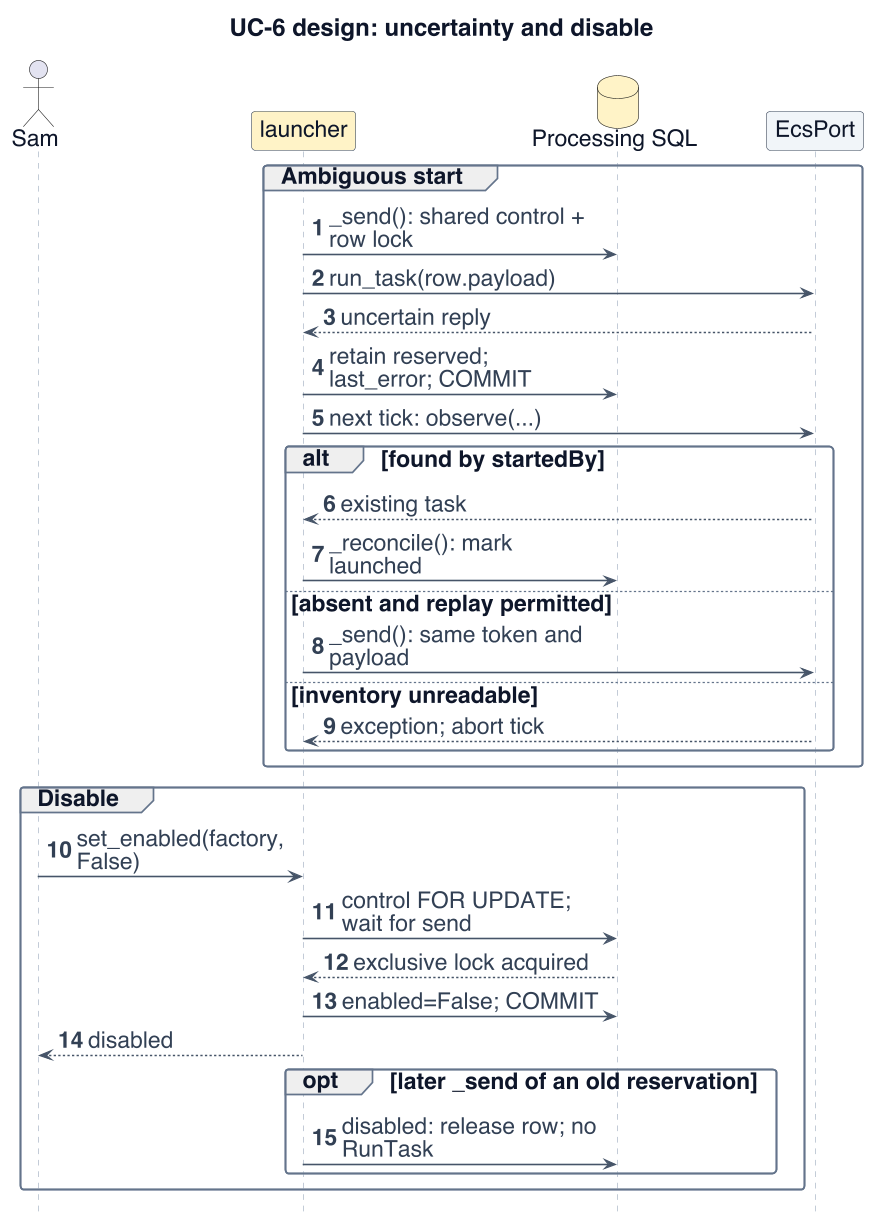
This is project-documentation/final-report/figures/uc6-design-recovery.png from Collaboration95/dc2, a PlantUML export, as it was before one commit. Its diagram source:
```plantuml
@startuml
!include _style.iuml
skinparam defaultFontSize 20
skinparam ArrowFontSize 20
skinparam classAttributeFontSize 18
skinparam ClassStereotypeFontSize 17
skinparam NoteFontSize 18
skinparam titleFontSize 21
skinparam BoxPadding 8
skinparam maxMessageSize 230
skinparam nodesep 22
skinparam ranksep 22
skinparam sequenceMessageAlign left
hide footbox
hide circle
title UC-6 design: uncertainty and disable
autonumber
actor Sam
participant "launcher" as l $PROC
database "Processing SQL" as sql $PROC
participant "EcsPort" as ecs $INFRA
group Ambiguous start
 l -> sql : _send(): shared control + row lock
 l -> ecs : run_task(row.payload)
 ecs --> l : uncertain reply
 l -> sql : retain reserved; last_error; COMMIT
 l -> ecs : next tick: observe(...)
 alt found by startedBy
  ecs --> l : existing task
  l -> sql : _reconcile(): mark launched
 else absent and replay permitted
  l -> ecs : _send(): same token and payload
 else inventory unreadable
  ecs --> l : exception; abort tick
 end
end
group Disable
 Sam -> l : set_enabled(factory, False)
 l -> sql : control FOR UPDATE; wait for send
 sql --> l : exclusive lock acquired
 l -> sql : enabled=False; COMMIT
 l --> Sam : disabled
 opt later _send of an old reservation
  l -> sql : disabled: release row; no RunTask
 end
end
@enduml
```
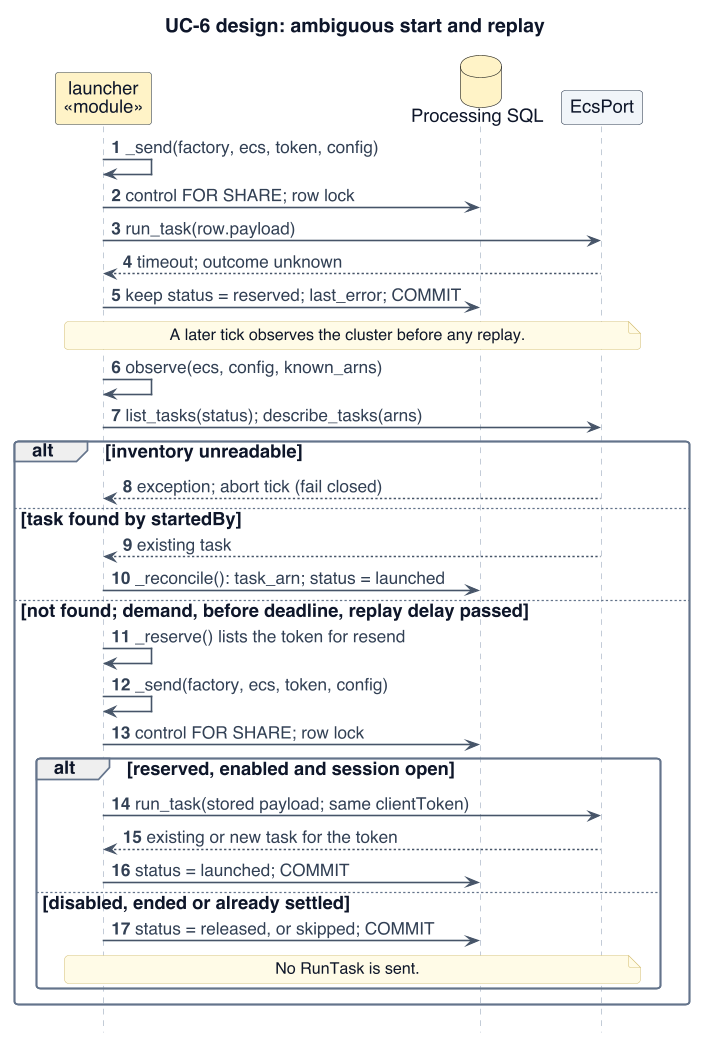
Above is the later version.

Diff of the diagram source:
```diff
@@ -1,47 +1,47 @@
 @startuml
 !include _style.iuml
-skinparam defaultFontSize 20
-skinparam ArrowFontSize 20
-skinparam classAttributeFontSize 18
-skinparam ClassStereotypeFontSize 17
-skinparam NoteFontSize 18
-skinparam titleFontSize 21
+skinparam defaultFontSize 16
+skinparam ArrowFontSize 15
+skinparam classAttributeFontSize 15
+skinparam ClassStereotypeFontSize 13
+skinparam NoteFontSize 14
+skinparam titleFontSize 17
 skinparam BoxPadding 8
-skinparam maxMessageSize 230
+skinparam maxMessageSize 400
 skinparam nodesep 22
 skinparam ranksep 22
 skinparam sequenceMessageAlign left
 hide footbox
 hide circle
-title UC-6 design: uncertainty and disable
+title UC-6 design: ambiguous start and replay
 autonumber
-actor Sam
-participant "launcher" as l $PROC
+participant "launcher\n«module»" as l $PROC
 database "Processing SQL" as sql $PROC
 participant "EcsPort" as ecs $INFRA
-group Ambiguous start
- l -> sql : _send(): shared control + row lock
+ l -> l : _send(factory, ecs, token, config)
+ l -> sql : control FOR SHARE; row lock
  l -> ecs : run_task(row.payload)
- ecs --> l : uncertain reply
- l -> sql : retain reserved; last_error; COMMIT
- l -> ecs : next tick: observe(...)
- alt found by startedBy
+ ecs --> l : timeout; outcome unknown
+ l -> sql : keep status = reserved; last_error; COMMIT
+ note over l,ecs : A later tick observes the cluster before any replay.
+ l -> l : observe(ecs, config, known_arns)
+ l -> ecs : list_tasks(status); describe_tasks(arns)
+ alt inventory unreadable
+  ecs --> l : exception; abort tick (fail closed)
+ else task found by startedBy
   ecs --> l : existing task
-  l -> sql : _reconcile(): mark launched
- else absent and replay permitted
-  l -> ecs : _send(): same token and payload
- else inventory unreadable
-  ecs --> l : exception; abort tick
+  l -> sql : _reconcile(): task_arn; status = launched
+ else not found; demand, before deadline, replay delay passed
+  l -> l : _reserve() lists the token for resend
+  l -> l : _send(factory, ecs, token, config)
+  l -> sql : control FOR SHARE; row lock
+  alt reserved, enabled and session open
+   l -> ecs : run_task(stored payload; same clientToken)
+   ecs --> l : existing or new task for the token
+   l -> sql : status = launched; COMMIT
+  else disabled, ended or already settled
+   l -> sql : status = released, or skipped; COMMIT
+   note over l,ecs : No RunTask is sent.
+  end
  end
-end
-group Disable
- Sam -> l : set_enabled(factory, False)
- l -> sql : control FOR UPDATE; wait for send
- sql --> l : exclusive lock acquired
- l -> sql : enabled=False; COMMIT
- l --> Sam : disabled
- opt later _send of an old reservation
-  l -> sql : disabled: release row; no RunTask
- end
-end
 @enduml
```
